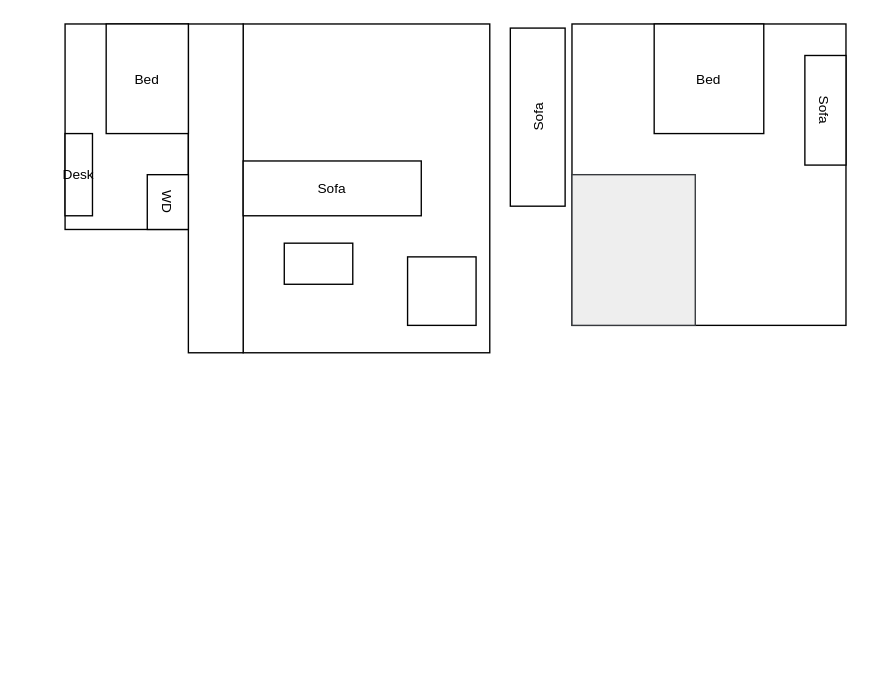
Above: page "Colvestone" (2 of 2) of tech_blog/content/what_do_I_think/Flat_Setup.drawio in calumjackson/techblog (draw.io), before the change. Source tidied: cells renumbered, new cells numbered last; positions are measured from the earlier drawing's top-left corner, leaving out a move shared by most shapes. Both pictures are drawn from the tidied source at 137%, with x=0, y=0 at pixel (64, 23).
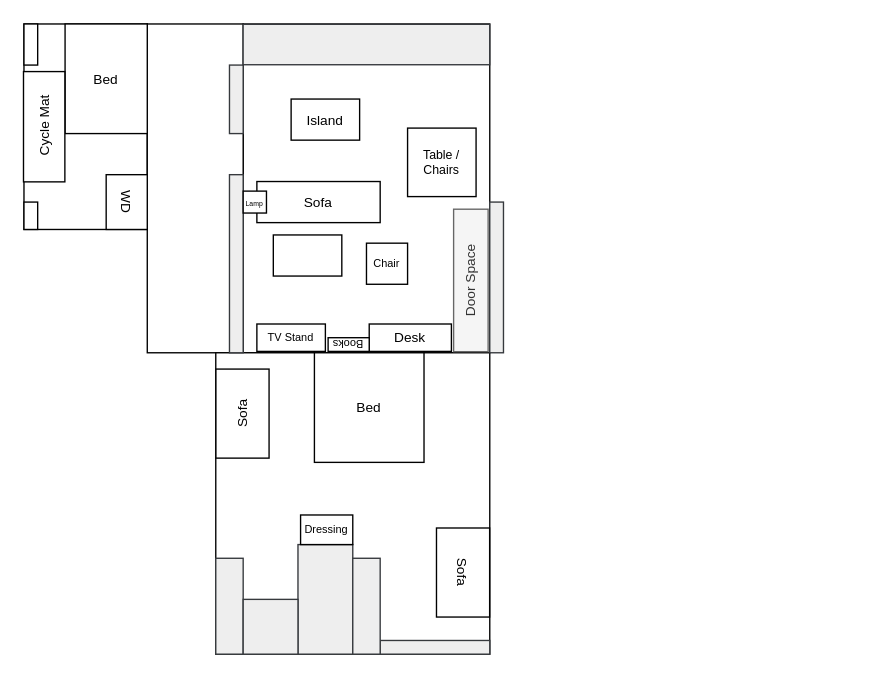
After the change.

Change to the diagram source:
```diff
@@
     <mxCell id="3" style="rounded=0;whiteSpace=wrap;html=1;" parent="1" vertex="1">
-      <mxGeometry width="90" height="150" as="geometry" />
+      <mxGeometry x="-30" width="90" height="150" as="geometry" />
     </mxCell>
     <mxCell id="4" style="rounded=0;whiteSpace=wrap;html=1;" parent="1" vertex="1">
-      <mxGeometry x="90" width="40" height="240" as="geometry" />
+      <mxGeometry x="60" width="70" height="240" as="geometry" />
     </mxCell>
     <mxCell id="5" style="rounded=0;whiteSpace=wrap;html=1;" parent="1" vertex="1">
-      <mxGeometry x="370" width="200" height="220" as="geometry" />
+      <mxGeometry x="110" y="240" width="200" height="220" as="geometry" />
     </mxCell>
     <mxCell id="6" style="rounded=0;whiteSpace=wrap;html=1;fillColor=#eeeeee;strokeColor=#36393d;" parent="1" vertex="1">
-      <mxGeometry x="370" y="110" width="90" height="110" as="geometry" />
+      <mxGeometry x="170" y="380" width="40" height="80" as="geometry" />
     </mxCell>
     <mxCell id="7" value="Bed" style="rounded=0;whiteSpace=wrap;html=1;fontSize=10;rotation=0;" parent="1" vertex="1">
-      <mxGeometry x="430" width="80" height="80" as="geometry" />
+      <mxGeometry x="182" y="240" width="80" height="80" as="geometry" />
     </mxCell>
     <mxCell id="8" value="Bed" style="rounded=0;whiteSpace=wrap;html=1;fontSize=10;rotation=0;" parent="1" vertex="1">
-      <mxGeometry x="30" width="60" height="80" as="geometry" />
+      <mxGeometry width="60" height="80" as="geometry" />
     </mxCell>
-    <mxCell id="9" value="Desk" style="rounded=0;whiteSpace=wrap;html=1;fontSize=10;rotation=0;direction=south;" parent="1" vertex="1">
-      <mxGeometry y="80" width="20" height="60" as="geometry" />
+    <mxCell id="9" value="Desk" style="rounded=0;whiteSpace=wrap;html=1;fontSize=10;rotation=90;direction=south;horizontal=0;" parent="1" vertex="1">
+      <mxGeometry x="242" y="199" width="20" height="60" as="geometry" />
     </mxCell>
     <mxCell id="10" value="WD" style="rounded=0;whiteSpace=wrap;html=1;horizontal=0;fontSize=10;rotation=-180;" parent="1" vertex="1">
-      <mxGeometry x="60" y="110" width="30" height="40" as="geometry" />
+      <mxGeometry x="30" y="110" width="30" height="40" as="geometry" />
     </mxCell>
     <mxCell id="11" value="Sofa" style="rounded=0;whiteSpace=wrap;html=1;fontSize=10;rotation=90;" parent="1" vertex="1">
-      <mxGeometry x="515" y="48" width="80" height="30" as="geometry" />
+      <mxGeometry x="258" y="381" width="65" height="38.8" as="geometry" />
     </mxCell>
     <mxCell id="12" value="Sofa" style="rounded=0;whiteSpace=wrap;html=1;fontSize=10;rotation=0;" parent="1" vertex="1">
-      <mxGeometry x="130" y="100" width="130" height="40" as="geometry" />
+      <mxGeometry x="140" y="115" width="90" height="30" as="geometry" />
     </mxCell>
-    <mxCell id="13" value="Sofa" style="rounded=0;whiteSpace=wrap;html=1;fontSize=10;rotation=-90;" parent="1" vertex="1">
-      <mxGeometry x="280" y="48" width="130" height="40" as="geometry" />
-    </mxCell>
-    <mxCell id="14" style="rounded=0;whiteSpace=wrap;html=1;" parent="1" vertex="1">
-      <mxGeometry x="250" y="170" width="50" height="50" as="geometry" />
+    <mxCell id="14" value="Table / Chairs" style="rounded=0;whiteSpace=wrap;html=1;fontSize=9;" parent="1" vertex="1">
+      <mxGeometry x="250" y="76" width="50" height="50" as="geometry" />
     </mxCell>
     <mxCell id="15" style="rounded=0;whiteSpace=wrap;html=1;rotation=-180;" parent="1" vertex="1">
-      <mxGeometry x="160" y="160" width="50" height="30" as="geometry" />
+      <mxGeometry x="152" y="154" width="50" height="30" as="geometry" />
     </mxCell>
+    <mxCell id="16" style="rounded=0;whiteSpace=wrap;html=1;horizontal=0;fontSize=10;rotation=-180;" parent="1" vertex="1">
+      <mxGeometry x="-30" y="130" width="10" height="20" as="geometry" />
+    </mxCell>
+    <mxCell id="17" style="rounded=0;whiteSpace=wrap;html=1;horizontal=0;fontSize=10;rotation=-180;" parent="1" vertex="1">
+      <mxGeometry x="-30" width="10" height="30" as="geometry" />
+    </mxCell>
+    <mxCell id="18" style="rounded=0;whiteSpace=wrap;html=1;fillColor=#eeeeee;strokeColor=#36393d;" parent="1" vertex="1">
+      <mxGeometry x="230" y="450" width="80" height="10" as="geometry" />
+    </mxCell>
+    <mxCell id="19" style="rounded=0;whiteSpace=wrap;html=1;fillColor=#eeeeee;strokeColor=#36393d;" parent="1" vertex="1">
+      <mxGeometry x="210" y="390" width="20" height="70" as="geometry" />
+    </mxCell>
+    <mxCell id="20" style="rounded=0;whiteSpace=wrap;html=1;fillColor=#eeeeee;strokeColor=#36393d;" parent="1" vertex="1">
+      <mxGeometry x="110" y="390" width="20" height="70" as="geometry" />
+    </mxCell>
+    <mxCell id="21" style="rounded=0;whiteSpace=wrap;html=1;fillColor=#eeeeee;strokeColor=#36393d;" parent="1" vertex="1">
+      <mxGeometry x="130" y="420" width="40" height="40" as="geometry" />
+    </mxCell>
+    <mxCell id="13" value="Sofa" style="rounded=0;whiteSpace=wrap;html=1;fontSize=10;rotation=-90;" parent="1" vertex="1">
+      <mxGeometry x="97" y="265" width="65" height="38.8" as="geometry" />
+    </mxCell>
+    <mxCell id="22" value="TV Stand" style="rounded=0;whiteSpace=wrap;html=1;fontSize=8;rotation=0;" parent="1" vertex="1">
+      <mxGeometry x="140" y="219" width="50" height="20" as="geometry" />
+    </mxCell>
+    <mxCell id="23" style="rounded=0;whiteSpace=wrap;html=1;fillColor=#eeeeee;strokeColor=#36393d;" parent="1" vertex="1">
+      <mxGeometry x="310" y="130" width="10" height="110" as="geometry" />
+    </mxCell>
+    <mxCell id="24" style="rounded=0;whiteSpace=wrap;html=1;fillColor=#eeeeee;strokeColor=#36393d;" parent="1" vertex="1">
+      <mxGeometry x="120" y="110" width="10" height="130" as="geometry" />
+    </mxCell>
+    <mxCell id="25" style="rounded=0;whiteSpace=wrap;html=1;fillColor=#eeeeee;strokeColor=#36393d;" parent="1" vertex="1">
+      <mxGeometry x="120" y="30" width="10" height="50" as="geometry" />
+    </mxCell>
+    <mxCell id="26" value="Island" style="rounded=0;whiteSpace=wrap;html=1;fontSize=10;rotation=0;" parent="1" vertex="1">
+      <mxGeometry x="165" y="54.8" width="50" height="30" as="geometry" />
+    </mxCell>
+    <mxCell id="27" style="rounded=0;whiteSpace=wrap;html=1;fillColor=#eeeeee;strokeColor=#36393d;rotation=-90;" parent="1" vertex="1">
+      <mxGeometry x="205.2" y="-75" width="29.5" height="180" as="geometry" />
+    </mxCell>
+    <mxCell id="28" value="Chair" style="rounded=0;whiteSpace=wrap;html=1;rotation=0;fontSize=8;" parent="1" vertex="1">
+      <mxGeometry x="220" y="160" width="30" height="30" as="geometry" />
+    </mxCell>
+    <mxCell id="29" value="Books" style="rounded=0;whiteSpace=wrap;html=1;fontSize=8;rotation=-180;" parent="1" vertex="1">
+      <mxGeometry x="192" y="229" width="30" height="10" as="geometry" />
+    </mxCell>
+    <mxCell id="30" value="Dressing" style="rounded=0;whiteSpace=wrap;html=1;fontSize=8;rotation=0;" parent="1" vertex="1">
+      <mxGeometry x="171.9" y="358.4" width="38.1" height="21.6" as="geometry" />
+    </mxCell>
+    <mxCell id="31" value="Lamp" style="rounded=0;whiteSpace=wrap;html=1;rotation=0;fontSize=5;" parent="1" vertex="1">
+      <mxGeometry x="130" y="122" width="17" height="16" as="geometry" />
+    </mxCell>
+    <mxCell id="32" value="Cycle Mat" style="rounded=0;whiteSpace=wrap;html=1;fontSize=10;rotation=-90;" parent="1" vertex="1">
+      <mxGeometry x="-55.5" y="59.9" width="80.5" height="30.2" as="geometry" />
+    </mxCell>
+    <mxCell id="33" value="Door Space" style="rounded=0;whiteSpace=wrap;html=1;fontSize=10;rotation=-90;fillColor=#f5f5f5;strokeColor=#666666;fontColor=#333333;" parent="1" vertex="1">
+      <mxGeometry x="244.2" y="174.6" width="104" height="25.2" as="geometry" />
+    </mxCell>
```
